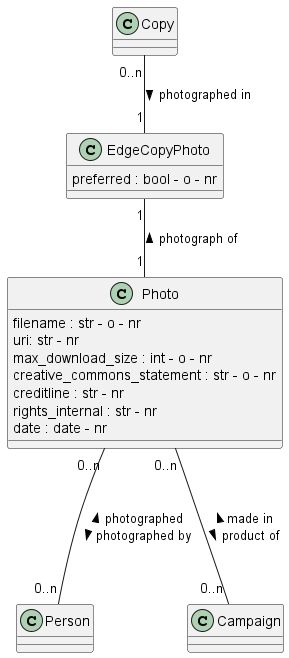
Before: documentation/class_diagrams/Photo.png, a diagram exported from PlantUML (tmasch/bpf_be).
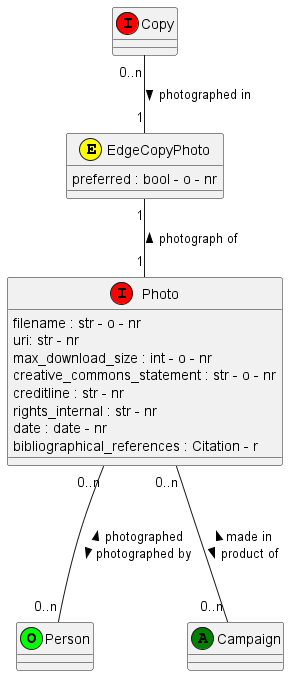
Above is the later version.

Diff of the diagram source:
```diff
@@ -1,6 +1,6 @@
 @startuml Photo
 
-class Photo
+class Photo <<(I,red)>>
 Photo : filename : str - o - nr
 Photo : uri: str - nr
 Photo : max_download_size : int - o - nr
@@ -8,14 +8,15 @@
 Photo : creditline : str - nr
 Photo : rights_internal : str - nr
 Photo : date : date - nr
+Photo : bibliographical_references : Citation - r
 
-class Copy
+class Copy  <<(I,red)>>
 
-class Person
+class Person <<(O,lime)>>
 
-class Campaign
+class Campaign <<(A,green)>>
 
-class EdgeCopyPhoto
+class EdgeCopyPhoto <<(E,yellow)>>
 EdgeCopyPhoto : preferred : bool - o - nr
 
 
```
